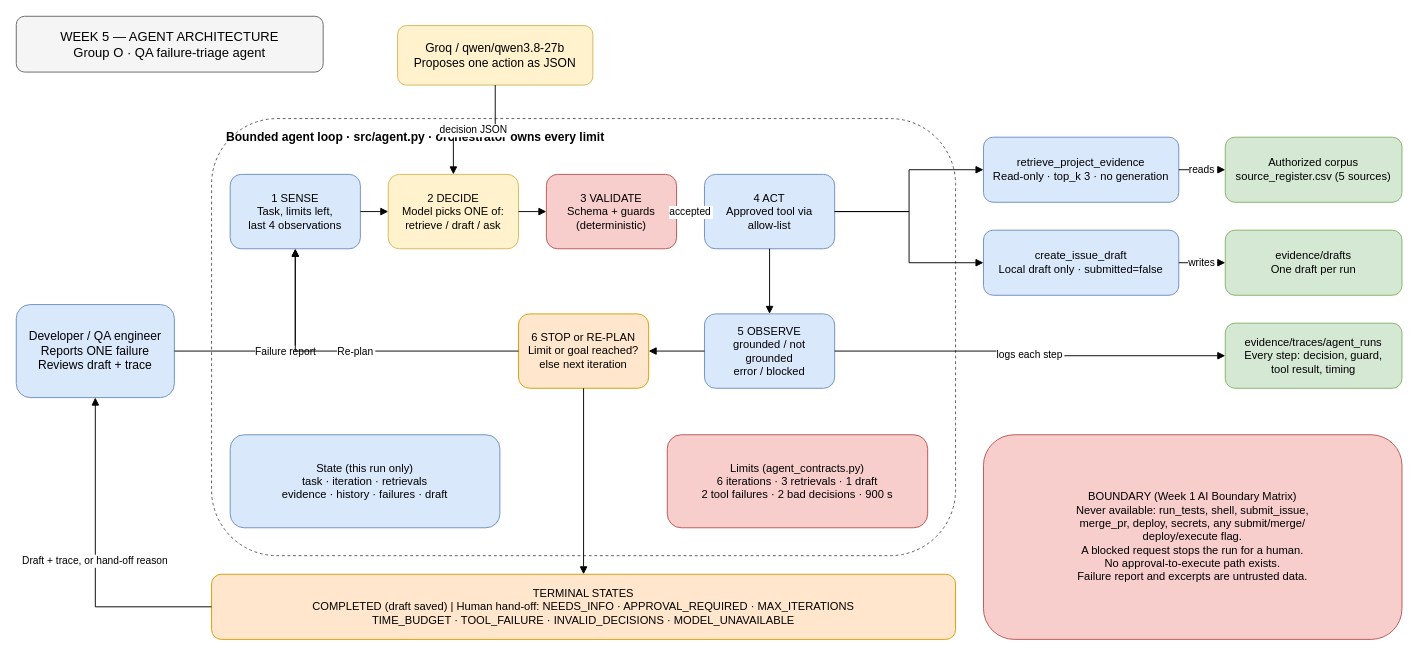
The draw.io diagram docs/architecture/week5-agent-architecture.drawio in ambroseonyanga/Software-engineering-QA-agent-GroupO, before the edit. Source tidied: cells renumbered, new cells numbered last; positions are measured from the earlier drawing's top-left corner, leaving out a move shared by most shapes. Both pictures are drawn from the tidied source at 93%, with x=0, y=0 at pixel (16, 16).
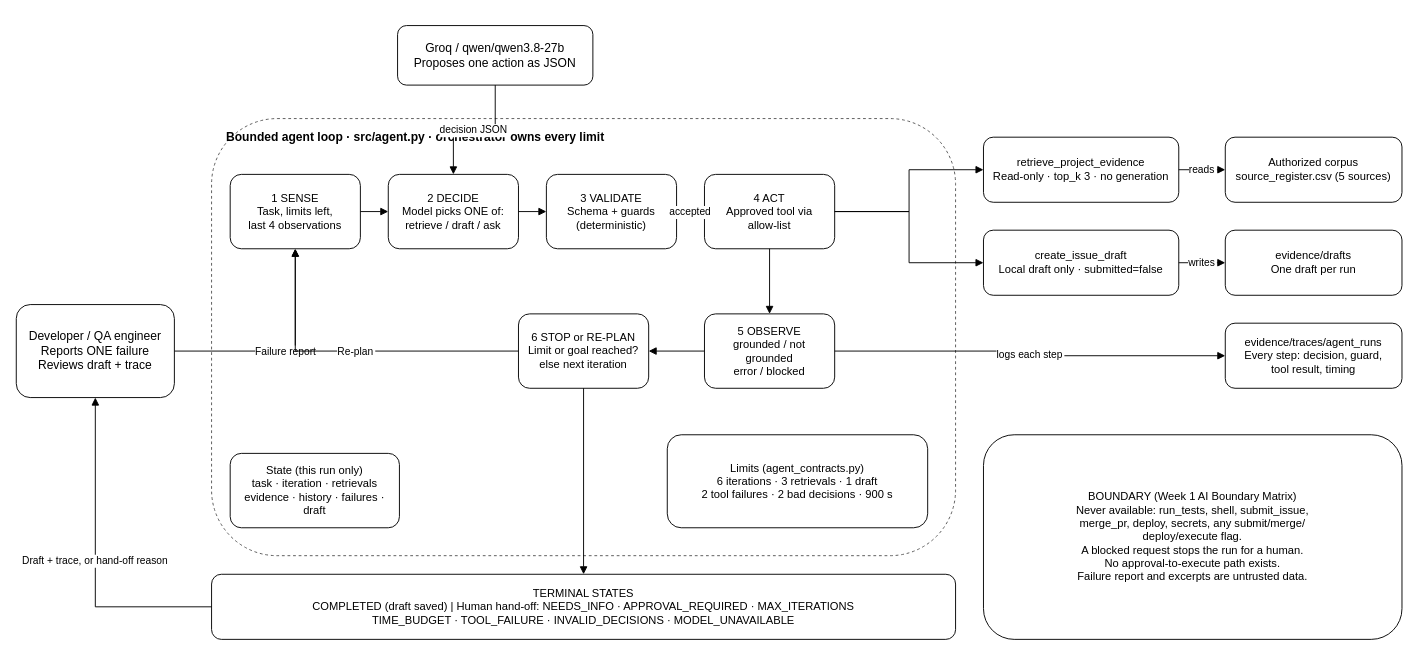
Above is the later version.

The edit, as a diff of the source:
```diff
@@
-    <mxCell id="3" value="WEEK 5 — AGENT ARCHITECTURE&#10;Group O · QA failure-triage agent" style="rounded=1;whiteSpace=wrap;html=0;fillColor=#f5f5f5;strokeColor=#666666;fontSize=14;spacing=6;" parent="1" vertex="1">
-      <mxGeometry width="330" height="60" as="geometry" />
-    </mxCell>
-    <mxCell id="4" value="Developer / QA engineer&#10;Reports ONE failure&#10;Reviews draft + trace" style="rounded=1;whiteSpace=wrap;html=0;fillColor=#dae8fc;strokeColor=#6c8ebf;fontSize=13;spacing=6;" parent="1" vertex="1">
+    <mxCell id="4" value="Developer / QA engineer&#10;Reports ONE failure&#10;Reviews draft + trace" style="rounded=1;whiteSpace=wrap;html=0;fontSize=13;spacing=6;" parent="1" vertex="1">
       <mxGeometry y="310" width="170" height="100" as="geometry" />
     </mxCell>
-    <mxCell id="5" value="Groq / qwen/qwen3.8-27b&#10;Proposes one action as JSON" style="rounded=1;whiteSpace=wrap;html=0;fillColor=#fff2cc;strokeColor=#d6b656;fontSize=13;spacing=6;" parent="1" vertex="1">
+    <mxCell id="5" value="Groq / qwen/qwen3.8-27b&#10;Proposes one action as JSON" style="rounded=1;whiteSpace=wrap;html=0;fontSize=13;spacing=6;" parent="1" vertex="1">
       <mxGeometry x="410" y="10" width="210" height="64" as="geometry" />
     </mxCell>
-    <mxCell id="6" value="1 SENSE&#10;Task, limits left,&#10;last 4 observations" style="rounded=1;whiteSpace=wrap;html=0;fillColor=#dae8fc;strokeColor=#6c8ebf;fontSize=12;spacing=6;" parent="1" vertex="1">
+    <mxCell id="6" value="1 SENSE&#10;Task, limits left,&#10;last 4 observations" style="rounded=1;whiteSpace=wrap;html=0;fontSize=12;spacing=6;" parent="1" vertex="1">
       <mxGeometry x="230" y="170" width="140" height="80" as="geometry" />
     </mxCell>
-    <mxCell id="7" value="2 DECIDE&#10;Model picks ONE of:&#10;retrieve / draft / ask" style="rounded=1;whiteSpace=wrap;html=0;fillColor=#fff2cc;strokeColor=#d6b656;fontSize=12;spacing=6;" parent="1" vertex="1">
+    <mxCell id="7" value="2 DECIDE&#10;Model picks ONE of:&#10;retrieve / draft / ask" style="rounded=1;whiteSpace=wrap;html=0;fontSize=12;spacing=6;" parent="1" vertex="1">
       <mxGeometry x="400" y="170" width="140" height="80" as="geometry" />
     </mxCell>
-    <mxCell id="8" value="3 VALIDATE&#10;Schema + guards&#10;(deterministic)" style="rounded=1;whiteSpace=wrap;html=0;fillColor=#f8cecc;strokeColor=#b85450;fontSize=12;spacing=6;" parent="1" vertex="1">
+    <mxCell id="8" value="3 VALIDATE&#10;Schema + guards&#10;(deterministic)" style="rounded=1;whiteSpace=wrap;html=0;fontSize=12;spacing=6;" parent="1" vertex="1">
       <mxGeometry x="570" y="170" width="140" height="80" as="geometry" />
     </mxCell>
-    <mxCell id="9" value="4 ACT&#10;Approved tool via&#10;allow-list" style="rounded=1;whiteSpace=wrap;html=0;fillColor=#dae8fc;strokeColor=#6c8ebf;fontSize=12;spacing=6;" parent="1" vertex="1">
+    <mxCell id="9" value="4 ACT&#10;Approved tool via&#10;allow-list" style="rounded=1;whiteSpace=wrap;html=0;fontSize=12;spacing=6;" parent="1" vertex="1">
       <mxGeometry x="740" y="170" width="140" height="80" as="geometry" />
     </mxCell>
-    <mxCell id="10" value="5 OBSERVE&#10;grounded / not grounded&#10;error / blocked" style="rounded=1;whiteSpace=wrap;html=0;fillColor=#dae8fc;strokeColor=#6c8ebf;fontSize=12;spacing=6;" parent="1" vertex="1">
+    <mxCell id="10" value="5 OBSERVE&#10;grounded / not grounded&#10;error / blocked" style="rounded=1;whiteSpace=wrap;html=0;fontSize=12;spacing=6;" parent="1" vertex="1">
       <mxGeometry x="740" y="320" width="140" height="80" as="geometry" />
     </mxCell>
-    <mxCell id="11" value="6 STOP or RE-PLAN&#10;Limit or goal reached?&#10;else next iteration" style="rounded=1;whiteSpace=wrap;html=0;fillColor=#ffe6cc;strokeColor=#d79b00;fontSize=12;spacing=6;" parent="1" vertex="1">
+    <mxCell id="11" value="6 STOP or RE-PLAN&#10;Limit or goal reached?&#10;else next iteration" style="rounded=1;whiteSpace=wrap;html=0;fontSize=12;spacing=6;" parent="1" vertex="1">
       <mxGeometry x="540" y="320" width="140" height="80" as="geometry" />
     </mxCell>
-    <mxCell id="12" value="State (this run only)&#10;task · iteration · retrievals&#10;evidence · history · failures · draft" style="rounded=1;whiteSpace=wrap;html=0;fillColor=#dae8fc;strokeColor=#6c8ebf;fontSize=12;spacing=6;" parent="1" vertex="1">
-      <mxGeometry x="230" y="450" width="290" height="100" as="geometry" />
+    <mxCell id="12" value="State (this run only)&#10;task · iteration · retrievals&#10;evidence · history · failures · draft" style="rounded=1;whiteSpace=wrap;html=0;fontSize=12;spacing=6;" parent="1" vertex="1">
+      <mxGeometry x="230" y="470" width="182" height="80" as="geometry" />
     </mxCell>
-    <mxCell id="13" value="Limits (agent_contracts.py)&#10;6 iterations · 3 retrievals · 1 draft&#10;2 tool failures · 2 bad decisions · 900 s" style="rounded=1;whiteSpace=wrap;html=0;fillColor=#f8cecc;strokeColor=#b85450;fontSize=12;spacing=6;" parent="1" vertex="1">
+    <mxCell id="13" value="Limits (agent_contracts.py)&#10;6 iterations · 3 retrievals · 1 draft&#10;2 tool failures · 2 bad decisions · 900 s" style="rounded=1;whiteSpace=wrap;html=0;fontSize=12;spacing=6;" parent="1" vertex="1">
       <mxGeometry x="700" y="450" width="280" height="100" as="geometry" />
     </mxCell>
-    <mxCell id="14" value="TERMINAL STATES&#10;COMPLETED (draft saved)  |  Human hand-off: NEEDS_INFO · APPROVAL_REQUIRED · MAX_ITERATIONS&#10;TIME_BUDGET · TOOL_FAILURE · INVALID_DECISIONS · MODEL_UNAVAILABLE" style="rounded=1;whiteSpace=wrap;html=0;fillColor=#ffe6cc;strokeColor=#d79b00;fontSize=12;spacing=6;" parent="1" vertex="1">
+    <mxCell id="14" value="TERMINAL STATES&#10;COMPLETED (draft saved)  |  Human hand-off: NEEDS_INFO · APPROVAL_REQUIRED · MAX_ITERATIONS&#10;TIME_BUDGET · TOOL_FAILURE · INVALID_DECISIONS · MODEL_UNAVAILABLE" style="rounded=1;whiteSpace=wrap;html=0;fontSize=12;spacing=6;" parent="1" vertex="1">
       <mxGeometry x="210" y="600" width="800" height="70" as="geometry" />
     </mxCell>
-    <mxCell id="15" value="retrieve_project_evidence&#10;Read-only · top_k 3 · no generation" style="rounded=1;whiteSpace=wrap;html=0;fillColor=#dae8fc;strokeColor=#6c8ebf;fontSize=12;spacing=6;" parent="1" vertex="1">
+    <mxCell id="15" value="retrieve_project_evidence&#10;Read-only · top_k 3 · no generation" style="rounded=1;whiteSpace=wrap;html=0;fontSize=12;spacing=6;" parent="1" vertex="1">
       <mxGeometry x="1040" y="130" width="210" height="70" as="geometry" />
     </mxCell>
-    <mxCell id="16" value="create_issue_draft&#10;Local draft only · submitted=false" style="rounded=1;whiteSpace=wrap;html=0;fillColor=#dae8fc;strokeColor=#6c8ebf;fontSize=12;spacing=6;" parent="1" vertex="1">
+    <mxCell id="16" value="create_issue_draft&#10;Local draft only · submitted=false" style="rounded=1;whiteSpace=wrap;html=0;fontSize=12;spacing=6;" parent="1" vertex="1">
       <mxGeometry x="1040" y="230" width="210" height="70" as="geometry" />
     </mxCell>
-    <mxCell id="17" value="Authorized corpus&#10;source_register.csv (5 sources)" style="rounded=1;whiteSpace=wrap;html=0;fillColor=#d5e8d4;strokeColor=#82b366;fontSize=12;spacing=6;" parent="1" vertex="1">
+    <mxCell id="17" value="Authorized corpus&#10;source_register.csv (5 sources)" style="rounded=1;whiteSpace=wrap;html=0;fontSize=12;spacing=6;" parent="1" vertex="1">
       <mxGeometry x="1300" y="130" width="190" height="70" as="geometry" />
     </mxCell>
-    <mxCell id="18" value="evidence/drafts&#10;One draft per run" style="rounded=1;whiteSpace=wrap;html=0;fillColor=#d5e8d4;strokeColor=#82b366;fontSize=12;spacing=6;" parent="1" vertex="1">
+    <mxCell id="18" value="evidence/drafts&#10;One draft per run" style="rounded=1;whiteSpace=wrap;html=0;fontSize=12;spacing=6;" parent="1" vertex="1">
       <mxGeometry x="1300" y="230" width="190" height="70" as="geometry" />
     </mxCell>
-    <mxCell id="19" value="evidence/traces/agent_runs&#10;Every step: decision, guard,&#10;tool result, timing" style="rounded=1;whiteSpace=wrap;html=0;fillColor=#d5e8d4;strokeColor=#82b366;fontSize=12;spacing=6;" parent="1" vertex="1">
+    <mxCell id="19" value="evidence/traces/agent_runs&#10;Every step: decision, guard,&#10;tool result, timing" style="rounded=1;whiteSpace=wrap;html=0;fontSize=12;spacing=6;" parent="1" vertex="1">
       <mxGeometry x="1300" y="330" width="190" height="70" as="geometry" />
     </mxCell>
-    <mxCell id="20" value="BOUNDARY (Week 1 AI Boundary Matrix)&#10;Never available: run_tests, shell, submit_issue,&#10;merge_pr, deploy, secrets, any submit/merge/&#10;deploy/execute flag.&#10;A blocked request stops the run for a human.&#10;No approval-to-execute path exists.&#10;Failure report and excerpts are untrusted data." style="rounded=1;whiteSpace=wrap;html=0;fillColor=#f8cecc;strokeColor=#b85450;fontSize=12;spacing=6;" parent="1" vertex="1">
+    <mxCell id="20" value="BOUNDARY (Week 1 AI Boundary Matrix)&#10;Never available: run_tests, shell, submit_issue,&#10;merge_pr, deploy, secrets, any submit/merge/&#10;deploy/execute flag.&#10;A blocked request stops the run for a human.&#10;No approval-to-execute path exists.&#10;Failure report and excerpts are untrusted data." style="rounded=1;whiteSpace=wrap;html=0;fontSize=12;spacing=6;" parent="1" vertex="1">
       <mxGeometry x="1040" y="450" width="450" height="220" as="geometry" />
     </mxCell>
```
